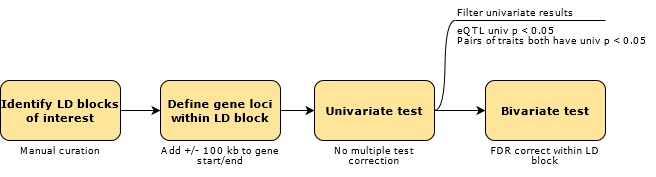
RHReynolds/neurodegen-psych-local-corr keeps this draw.io diagram as man/figures/figure_lava_eqtl_workflow.png. Above is the earlier version. Source tidied: cells renumbered, new cells last; positions are measured from the earlier drawing's top-left corner, leaving out a move shared by most shapes. The source it was exported from:
```xml
<mxGraphModel>
  <root>
    <mxCell id="0" />
    <mxCell id="1" parent="0" />
    <mxCell id="2" style="edgeStyle=orthogonalEdgeStyle;rounded=0;jettySize=auto;html=1;fillColor=#b1ddf0;fontFamily=Verdana;fontSize=11;entryX=0;entryY=0.5;entryDx=0;entryDy=0;exitX=1;exitY=0.5;exitDx=0;exitDy=0;" parent="1" edge="1" source="7" target="8">
      <mxGeometry relative="1" as="geometry" />
    </mxCell>
    <mxCell id="3" style="edgeStyle=orthogonalEdgeStyle;rounded=0;jettySize=auto;html=1;fillColor=#b1ddf0;fontFamily=Verdana;fontSize=11;exitX=1;exitY=0.5;exitDx=0;exitDy=0;" parent="1" edge="1" source="8" target="4">
      <mxGeometry relative="1" as="geometry" />
    </mxCell>
    <mxCell id="4" value="Bivariate test" style="whiteSpace=wrap;html=1;rounded=1;fillColor=#FFE599;fontStyle=1;fontSize=11;fontFamily=Verdana;" parent="1" vertex="1">
      <mxGeometry x="485" y="80" width="120" height="60" as="geometry" />
    </mxCell>
    <mxCell id="5" style="edgeStyle=orthogonalEdgeStyle;rounded=0;jettySize=auto;html=1;exitX=1;exitY=0.5;exitDx=0;exitDy=0;entryX=0;entryY=0.5;entryDx=0;entryDy=0;fontFamily=Verdana;fontSize=11;strokeColor=#000000;" parent="1" edge="1" source="6" target="7">
      <mxGeometry relative="1" as="geometry" />
    </mxCell>
    <mxCell id="6" value="Identify LD blocks of interest" style="rounded=1;whiteSpace=wrap;html=1;fillColor=#FFE599;fontStyle=1;fontSize=11;fontFamily=Verdana;" parent="1" vertex="1">
      <mxGeometry y="80" width="120" height="60" as="geometry" />
    </mxCell>
    <mxCell id="7" value="Define gene loci within LD block" style="whiteSpace=wrap;html=1;rounded=1;fillColor=#FFE599;fontStyle=1;fontSize=11;fontFamily=Verdana;" parent="1" vertex="1">
      <mxGeometry x="160" y="80" width="120" height="60" as="geometry" />
    </mxCell>
    <mxCell id="8" value="Univariate test" style="whiteSpace=wrap;html=1;rounded=1;fillColor=#FFE599;fontStyle=1;fontSize=11;fontFamily=Verdana;" parent="1" vertex="1">
      <mxGeometry x="314" y="80" width="120" height="60" as="geometry" />
    </mxCell>
    <mxCell id="9" value="Manual curation" style="text;html=1;strokeColor=none;fillColor=none;align=center;verticalAlign=middle;whiteSpace=wrap;rounded=0;fontFamily=Verdana;fontSize=9;" parent="1" vertex="1">
      <mxGeometry y="140" width="120" height="20" as="geometry" />
    </mxCell>
    <mxCell id="10" value="Add +/- 100 kb to gene start/end" style="text;html=1;strokeColor=none;fillColor=none;align=center;verticalAlign=middle;whiteSpace=wrap;rounded=0;fontFamily=Verdana;fontSize=9;" parent="1" vertex="1">
      <mxGeometry x="160" y="140" width="120" height="30" as="geometry" />
    </mxCell>
    <mxCell id="11" value="Filter univariate results" style="whiteSpace=wrap;html=1;shape=partialRectangle;top=0;left=0;bottom=1;right=0;points=[[0,1],[1,1]];fillColor=none;align=left;verticalAlign=bottom;routingCenterY=0.5;snapToPoint=1;newEdgeStyle={&quot;edgeStyle&quot;:&quot;entityRelationEdgeStyle&quot;,&quot;startArrow&quot;:&quot;none&quot;,&quot;endArrow&quot;:&quot;none&quot;,&quot;segment&quot;:10,&quot;curved&quot;:1};fontFamily=Verdana;fontSize=9;strokeColor=#000000;" parent="1" vertex="1" collapsed="1">
      <mxGeometry x="455" width="150" height="20" as="geometry" />
    </mxCell>
    <mxCell id="12" style="edgeStyle=entityRelationEdgeStyle;startArrow=none;endArrow=none;segment=10;curved=1;fontFamily=Verdana;fontSize=11;strokeColor=#000000;exitX=1;exitY=0.5;exitDx=0;exitDy=0;" parent="1" edge="1" source="8" target="11">
      <mxGeometry relative="1" as="geometry" />
    </mxCell>
    <mxCell id="13" value="&lt;div&gt;eQTL univ p &amp;lt; 0.05&lt;/div&gt;&lt;div&gt;Pairs of traits both have univ p &amp;lt; 0.05&lt;br&gt;&lt;/div&gt;" style="text;html=1;strokeColor=none;fillColor=none;align=left;verticalAlign=middle;whiteSpace=wrap;rounded=0;fontFamily=Verdana;fontSize=9;spacingTop=0;spacing=2;" parent="1" vertex="1">
      <mxGeometry x="455" y="20" width="200" height="30" as="geometry" />
    </mxCell>
    <mxCell id="14" value="No multiple test correction" style="text;html=1;strokeColor=none;fillColor=none;align=center;verticalAlign=middle;whiteSpace=wrap;rounded=0;fontFamily=Verdana;fontSize=9;" parent="1" vertex="1">
      <mxGeometry x="314" y="140" width="120" height="30" as="geometry" />
    </mxCell>
    <mxCell id="15" value="FDR correct within LD block" style="text;html=1;strokeColor=none;fillColor=none;align=center;verticalAlign=middle;whiteSpace=wrap;rounded=0;fontFamily=Verdana;fontSize=9;" parent="1" vertex="1">
      <mxGeometry x="485" y="135" width="120" height="40" as="geometry" />
    </mxCell>
  </root>
</mxGraphModel>
```
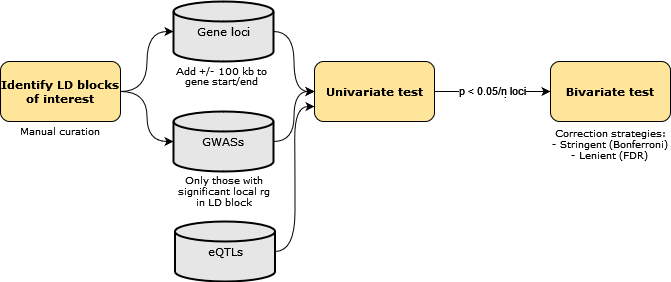
The same file after the commit.

What changed in the source:
```diff
@@ -2,47 +2,61 @@
   <root>
     <mxCell id="0" />
     <mxCell id="1" parent="0" />
-    <mxCell id="2" style="edgeStyle=orthogonalEdgeStyle;rounded=0;jettySize=auto;html=1;fillColor=#b1ddf0;fontFamily=Verdana;fontSize=11;entryX=0;entryY=0.5;entryDx=0;entryDy=0;exitX=1;exitY=0.5;exitDx=0;exitDy=0;" parent="1" edge="1" source="7" target="8">
-      <mxGeometry relative="1" as="geometry" />
-    </mxCell>
     <mxCell id="3" style="edgeStyle=orthogonalEdgeStyle;rounded=0;jettySize=auto;html=1;fillColor=#b1ddf0;fontFamily=Verdana;fontSize=11;exitX=1;exitY=0.5;exitDx=0;exitDy=0;" parent="1" edge="1" source="8" target="4">
       <mxGeometry relative="1" as="geometry" />
     </mxCell>
+    <mxCell id="16" value="&lt;div&gt;p&lt;/div&gt;" style="edgeLabel;html=1;align=center;verticalAlign=middle;" parent="3" vertex="1">
+      <mxGeometry x="0.22" y="1" relative="1" as="geometry" />
+    </mxCell>
+    <mxCell id="17" value="p &amp;lt; 0.05/n loci" style="edgeLabel;html=1;align=center;verticalAlign=middle;" parent="3" vertex="1">
+      <mxGeometry x="0.25" y="2" relative="1" as="geometry">
+        <mxPoint x="-15" as="offset" />
+      </mxGeometry>
+    </mxCell>
     <mxCell id="4" value="Bivariate test" style="whiteSpace=wrap;html=1;rounded=1;fillColor=#FFE599;fontStyle=1;fontSize=11;fontFamily=Verdana;" parent="1" vertex="1">
-      <mxGeometry x="485" y="80" width="120" height="60" as="geometry" />
+      <mxGeometry x="500" y="80" width="120" height="60" as="geometry" />
     </mxCell>
-    <mxCell id="5" style="edgeStyle=orthogonalEdgeStyle;rounded=0;jettySize=auto;html=1;exitX=1;exitY=0.5;exitDx=0;exitDy=0;entryX=0;entryY=0.5;entryDx=0;entryDy=0;fontFamily=Verdana;fontSize=11;strokeColor=#000000;" parent="1" edge="1" source="6" target="7">
-      <mxGeometry relative="1" as="geometry" />
-    </mxCell>
+    <mxCell id="18" style="edgeStyle=orthogonalEdgeStyle;curved=1;rounded=0;jettySize=auto;html=1;exitX=1;exitY=0.5;exitDx=0;exitDy=0;entryX=0;entryY=0.5;entryDx=0;entryDy=0;entryPerimeter=0;" parent="1" edge="1" source="6" target="21">
+      <mxGeometry relative="1" as="geometry" />
+    </mxCell>
+    <mxCell id="19" style="edgeStyle=orthogonalEdgeStyle;curved=1;rounded=0;jettySize=auto;html=1;exitX=1;exitY=0.5;exitDx=0;exitDy=0;" parent="1" edge="1" source="6" target="23">
+      <mxGeometry relative="1" as="geometry" />
+    </mxCell>
     <mxCell id="6" value="Identify LD blocks of interest" style="rounded=1;whiteSpace=wrap;html=1;fillColor=#FFE599;fontStyle=1;fontSize=11;fontFamily=Verdana;" parent="1" vertex="1">
-      <mxGeometry y="80" width="120" height="60" as="geometry" />
+      <mxGeometry x="-50" y="80" width="120" height="60" as="geometry" />
     </mxCell>
-    <mxCell id="7" value="Define gene loci within LD block" style="whiteSpace=wrap;html=1;rounded=1;fillColor=#FFE599;fontStyle=1;fontSize=11;fontFamily=Verdana;" parent="1" vertex="1">
-      <mxGeometry x="160" y="80" width="120" height="60" as="geometry" />
-    </mxCell>
     <mxCell id="8" value="Univariate test" style="whiteSpace=wrap;html=1;rounded=1;fillColor=#FFE599;fontStyle=1;fontSize=11;fontFamily=Verdana;" parent="1" vertex="1">
-      <mxGeometry x="314" y="80" width="120" height="60" as="geometry" />
+      <mxGeometry x="264" y="80" width="120" height="60" as="geometry" />
     </mxCell>
     <mxCell id="9" value="Manual curation" style="text;html=1;strokeColor=none;fillColor=none;align=center;verticalAlign=middle;whiteSpace=wrap;rounded=0;fontFamily=Verdana;fontSize=9;" parent="1" vertex="1">
-      <mxGeometry y="140" width="120" height="20" as="geometry" />
+      <mxGeometry x="-50" y="140" width="120" height="20" as="geometry" />
     </mxCell>
+    <mxCell id="15" value="&lt;div&gt;Correction strategies:&lt;/div&gt;&lt;div&gt;- Stringent (Bonferroni)&lt;/div&gt;&lt;div&gt;- Lenient (FDR)&lt;br&gt;&lt;/div&gt;" style="text;html=1;strokeColor=none;fillColor=none;align=center;verticalAlign=middle;whiteSpace=wrap;rounded=0;fontFamily=Verdana;fontSize=9;" parent="1" vertex="1">
+      <mxGeometry x="500" y="135" width="120" height="55" as="geometry" />
+    </mxCell>
+    <mxCell id="20" style="edgeStyle=orthogonalEdgeStyle;curved=1;rounded=0;jettySize=auto;html=1;exitX=1;exitY=0.5;exitDx=0;exitDy=0;exitPerimeter=0;entryX=0;entryY=0.5;entryDx=0;entryDy=0;" parent="1" edge="1" source="21" target="8">
+      <mxGeometry relative="1" as="geometry" />
+    </mxCell>
+    <mxCell id="21" value="Gene loci" style="strokeWidth=2;html=1;shape=mxgraph.flowchart.database;whiteSpace=wrap;fontFamily=Verdana;align=center;fontSize=11;fillColor=#E6E6E6;" parent="1" vertex="1">
+      <mxGeometry x="123" y="20" width="100" height="60" as="geometry" />
+    </mxCell>
+    <mxCell id="22" style="edgeStyle=orthogonalEdgeStyle;curved=1;rounded=0;jettySize=auto;html=1;exitX=1;exitY=0.5;exitDx=0;exitDy=0;exitPerimeter=0;entryX=0;entryY=0.5;entryDx=0;entryDy=0;" parent="1" edge="1" source="23" target="8">
+      <mxGeometry relative="1" as="geometry" />
+    </mxCell>
+    <mxCell id="23" value="&lt;div style=&quot;font-size: 11px;&quot; align=&quot;center&quot;&gt;GWASs&lt;/div&gt;" style="strokeWidth=2;html=1;shape=mxgraph.flowchart.database;whiteSpace=wrap;fontFamily=Verdana;align=center;fontSize=11;fillColor=#E6E6E6;" parent="1" vertex="1">
+      <mxGeometry x="123" y="130" width="100" height="60" as="geometry" />
+    </mxCell>
+    <mxCell id="24" value="Only those with significant local rg in LD block" style="text;html=1;strokeColor=none;fillColor=none;align=center;verticalAlign=middle;whiteSpace=wrap;rounded=0;fontFamily=Verdana;fontSize=9;" parent="1" vertex="1">
+      <mxGeometry x="121.5" y="190" width="103" height="40" as="geometry" />
+    </mxCell>
     <mxCell id="10" value="Add +/- 100 kb to gene start/end" style="text;html=1;strokeColor=none;fillColor=none;align=center;verticalAlign=middle;whiteSpace=wrap;rounded=0;fontFamily=Verdana;fontSize=9;" parent="1" vertex="1">
-      <mxGeometry x="160" y="140" width="120" height="30" as="geometry" />
+      <mxGeometry x="120" y="80" width="103" height="30" as="geometry" />
     </mxCell>
-    <mxCell id="11" value="Filter univariate results" style="whiteSpace=wrap;html=1;shape=partialRectangle;top=0;left=0;bottom=1;right=0;points=[[0,1],[1,1]];fillColor=none;align=left;verticalAlign=bottom;routingCenterY=0.5;snapToPoint=1;newEdgeStyle={&quot;edgeStyle&quot;:&quot;entityRelationEdgeStyle&quot;,&quot;startArrow&quot;:&quot;none&quot;,&quot;endArrow&quot;:&quot;none&quot;,&quot;segment&quot;:10,&quot;curved&quot;:1};fontFamily=Verdana;fontSize=9;strokeColor=#000000;" parent="1" vertex="1" collapsed="1">
-      <mxGeometry x="455" width="150" height="20" as="geometry" />
-    </mxCell>
-    <mxCell id="12" style="edgeStyle=entityRelationEdgeStyle;startArrow=none;endArrow=none;segment=10;curved=1;fontFamily=Verdana;fontSize=11;strokeColor=#000000;exitX=1;exitY=0.5;exitDx=0;exitDy=0;" parent="1" edge="1" source="8" target="11">
-      <mxGeometry relative="1" as="geometry" />
-    </mxCell>
-    <mxCell id="13" value="&lt;div&gt;eQTL univ p &amp;lt; 0.05&lt;/div&gt;&lt;div&gt;Pairs of traits both have univ p &amp;lt; 0.05&lt;br&gt;&lt;/div&gt;" style="text;html=1;strokeColor=none;fillColor=none;align=left;verticalAlign=middle;whiteSpace=wrap;rounded=0;fontFamily=Verdana;fontSize=9;spacingTop=0;spacing=2;" parent="1" vertex="1">
-      <mxGeometry x="455" y="20" width="200" height="30" as="geometry" />
-    </mxCell>
-    <mxCell id="14" value="No multiple test correction" style="text;html=1;strokeColor=none;fillColor=none;align=center;verticalAlign=middle;whiteSpace=wrap;rounded=0;fontFamily=Verdana;fontSize=9;" parent="1" vertex="1">
-      <mxGeometry x="314" y="140" width="120" height="30" as="geometry" />
-    </mxCell>
-    <mxCell id="15" value="FDR correct within LD block" style="text;html=1;strokeColor=none;fillColor=none;align=center;verticalAlign=middle;whiteSpace=wrap;rounded=0;fontFamily=Verdana;fontSize=9;" parent="1" vertex="1">
-      <mxGeometry x="485" y="135" width="120" height="40" as="geometry" />
-    </mxCell>
+    <mxCell id="25" style="edgeStyle=orthogonalEdgeStyle;curved=1;rounded=0;jettySize=auto;html=1;exitX=1;exitY=0.5;exitDx=0;exitDy=0;exitPerimeter=0;entryX=0;entryY=0.75;entryDx=0;entryDy=0;" parent="1" edge="1" source="26" target="8">
+      <mxGeometry relative="1" as="geometry" />
+    </mxCell>
+    <mxCell id="26" value="eQTLs" style="strokeWidth=2;html=1;shape=mxgraph.flowchart.database;whiteSpace=wrap;fontFamily=Verdana;align=center;fontSize=11;fillColor=#E6E6E6;" parent="1" vertex="1">
+      <mxGeometry x="124.5" y="240" width="100" height="60" as="geometry" />
+    </mxCell>
   </root>
 </mxGraphModel>
```
